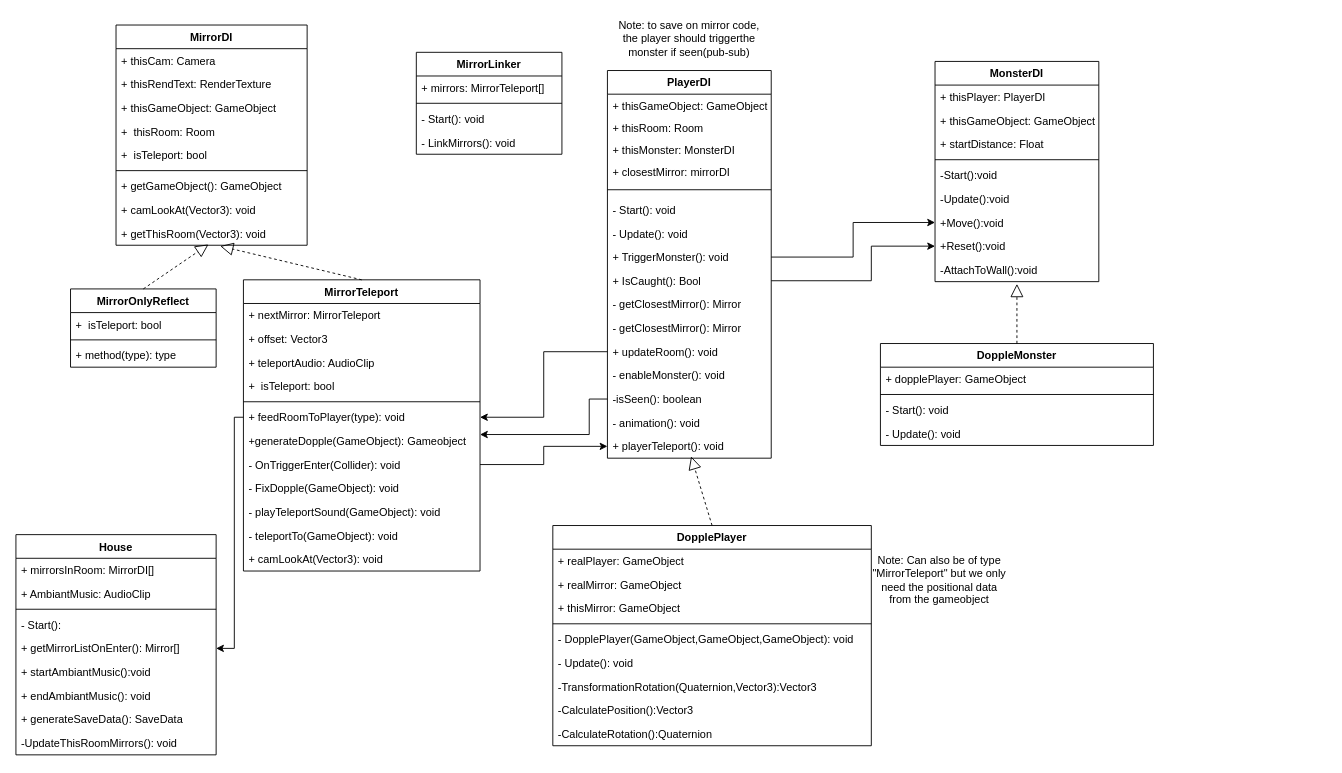
birdboiboi/No_Longer_Human keeps this draw.io diagram as mirrorClasses.drawio. Above is the earlier version. Source tidied: cells renumbered, new cells numbered last; positions are measured from the earlier drawing's top-left corner, leaving out a move shared by most shapes. Both pictures are drawn from the tidied source at 91%, with x=0, y=0 at pixel (15, 15).
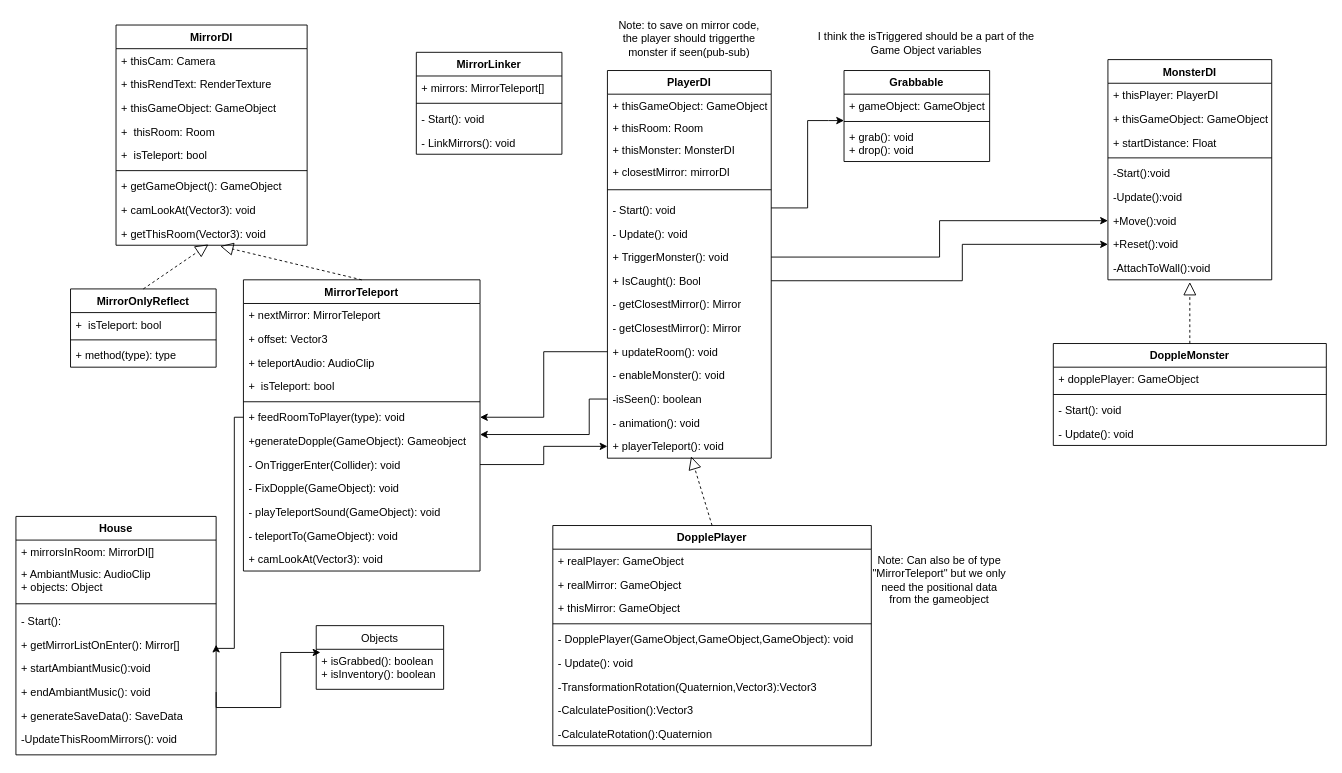
The same page after the edit.

Commit message:
Added Grabbable and Object class in drawio

Unchanged cells that the change refers to:
```xml
<mxCell id="21" value="+ IsCaught(): Bool" style="text;strokeColor=none;fillColor=none;align=left;verticalAlign=top;spacingLeft=4;spacingRight=4;overflow=hidden;points=[[0,0.5],[1,0.5]];portConstraint=eastwest;" parent="12" vertex="1">
  <mxGeometry y="218" width="180" height="26" as="geometry" />
</mxCell>
<mxCell id="66" value="+Reset():void" style="text;strokeColor=none;fillColor=none;align=left;verticalAlign=top;spacingLeft=4;spacingRight=4;overflow=hidden;points=[[0,0.5],[1,0.5]];portConstraint=eastwest;" parent="58" vertex="1">
  <mxGeometry y="190" width="180" height="26" as="geometry" />
</mxCell>
```

Change to the diagram source:
```diff
@@
     <mxCell id="30" value="House" style="swimlane;fontStyle=1;align=center;verticalAlign=top;horizontal=1;startSize=26;" parent="1" vertex="1">
-      <mxGeometry y="570" width="220" height="242" as="geometry" />
+      <mxGeometry y="550" width="220" height="262" as="geometry" />
     </mxCell>
     <mxCell id="31" value="+ mirrorsInRoom: MirrorDI[]" style="text;strokeColor=none;fillColor=none;align=left;verticalAlign=top;spacingLeft=4;spacingRight=4;overflow=hidden;" parent="30" vertex="1">
-      <mxGeometry y="26" width="220" height="26" as="geometry" />
+      <mxGeometry y="26" width="220" height="24" as="geometry" />
     </mxCell>
-    <mxCell id="32" value="+ AmbiantMusic: AudioClip" style="text;strokeColor=none;fillColor=none;align=left;verticalAlign=top;spacingLeft=4;spacingRight=4;overflow=hidden;" parent="30" vertex="1">
-      <mxGeometry y="52" width="220" height="26" as="geometry" />
+    <mxCell id="32" value="+ AmbiantMusic: AudioClip&#10;+ objects: Object" style="text;strokeColor=none;fillColor=none;align=left;verticalAlign=top;spacingLeft=4;spacingRight=4;overflow=hidden;" parent="30" vertex="1">
+      <mxGeometry y="50" width="220" height="40" as="geometry" />
     </mxCell>
     <mxCell id="33" style="line;strokeWidth=1;fillColor=none;align=left;verticalAlign=middle;spacingTop=-1;spacingLeft=3;spacingRight=3;labelPosition=right;" parent="30" vertex="1">
-      <mxGeometry y="78" width="220" height="8" as="geometry" />
+      <mxGeometry y="90" width="220" height="12" as="geometry" />
     </mxCell>
     <mxCell id="34" value="- Start(): " style="text;strokeColor=none;fillColor=none;align=left;verticalAlign=top;spacingLeft=4;spacingRight=4;overflow=hidden;" parent="30" vertex="1">
-      <mxGeometry y="86" width="220" height="26" as="geometry" />
+      <mxGeometry y="102" width="220" height="26" as="geometry" />
     </mxCell>
     <mxCell id="35" value="+ getMirrorListOnEnter(): Mirror[]" style="text;strokeColor=none;fillColor=none;align=left;verticalAlign=top;spacingLeft=4;spacingRight=4;overflow=hidden;points=[[0,0.5],[1,0.5]];portConstraint=eastwest;" parent="30" vertex="1">
-      <mxGeometry y="112" width="220" height="26" as="geometry" />
+      <mxGeometry y="128" width="220" height="26" as="geometry" />
     </mxCell>
     <mxCell id="36" value="+ startAmbiantMusic():void" style="text;strokeColor=none;fillColor=none;align=left;verticalAlign=top;spacingLeft=4;spacingRight=4;overflow=hidden;" parent="30" vertex="1">
-      <mxGeometry y="138" width="220" height="26" as="geometry" />
+      <mxGeometry y="154" width="220" height="26" as="geometry" />
     </mxCell>
     <mxCell id="37" value="+ endAmbiantMusic(): void&#10;" style="text;strokeColor=none;fillColor=none;align=left;verticalAlign=top;spacingLeft=4;spacingRight=4;overflow=hidden;points=[[0,0.5],[1,0.5]];portConstraint=eastwest;" parent="30" vertex="1">
-      <mxGeometry y="164" width="220" height="26" as="geometry" />
+      <mxGeometry y="180" width="220" height="26" as="geometry" />
     </mxCell>
     <mxCell id="38" value="+ generateSaveData(): SaveData&#10;" style="text;strokeColor=none;fillColor=none;align=left;verticalAlign=top;spacingLeft=4;spacingRight=4;overflow=hidden;" parent="30" vertex="1">
-      <mxGeometry y="190" width="220" height="26" as="geometry" />
+      <mxGeometry y="206" width="220" height="26" as="geometry" />
     </mxCell>
     <mxCell id="39" value="-UpdateThisRoomMirrors(): void&#10;" style="text;strokeColor=none;fillColor=none;align=left;verticalAlign=top;spacingLeft=4;spacingRight=4;overflow=hidden;" parent="30" vertex="1">
-      <mxGeometry y="216" width="220" height="26" as="geometry" />
+      <mxGeometry y="232" width="220" height="30" as="geometry" />
     </mxCell>
@@
     <mxCell id="53" value="DoppleMonster" style="swimlane;fontStyle=1;align=center;verticalAlign=top;horizontal=1;startSize=26;" parent="1" vertex="1">
-      <mxGeometry x="950" y="360" width="300" height="112" as="geometry" />
+      <mxGeometry x="1140" y="360" width="300" height="112" as="geometry" />
     </mxCell>
@@
     <mxCell id="58" value="MonsterDI" style="swimlane;fontStyle=1;align=center;verticalAlign=top;horizontal=1;startSize=26;" parent="1" vertex="1">
-      <mxGeometry x="1010" y="50" width="180" height="242" as="geometry" />
+      <mxGeometry x="1200" y="48" width="180" height="242" as="geometry" />
     </mxCell>
@@
     <mxCell id="87" style="edgeStyle=orthogonalEdgeStyle;rounded=0;jettySize=auto;html=1;exitX=1;exitY=0.5;exitDx=0;exitDy=0;entryX=0;entryY=0.5;entryDx=0;entryDy=0;" parent="1" edge="1" source="21" target="66">
       <mxGeometry relative="1" as="geometry">
         <Array as="points">
-          <mxPoint x="940" y="291" />
-          <mxPoint x="940" y="253" />
+          <mxPoint x="1040" y="291" />
+          <mxPoint x="1040" y="251" />
         </Array>
       </mxGeometry>
     </mxCell>
@@
+    <mxCell id="98" value="Grabbable" style="swimlane;fontStyle=1;align=center;verticalAlign=top;horizontal=1;startSize=26;" parent="1" vertex="1">
+      <mxGeometry x="910" y="60" width="160" height="100" as="geometry" />
+    </mxCell>
+    <mxCell id="99" value="+ gameObject: GameObject" style="text;strokeColor=none;fillColor=none;align=left;verticalAlign=top;spacingLeft=4;spacingRight=4;overflow=hidden;" parent="98" vertex="1">
+      <mxGeometry y="26" width="160" height="26" as="geometry" />
+    </mxCell>
+    <mxCell id="100" style="line;strokeWidth=1;fillColor=none;align=left;verticalAlign=middle;spacingTop=-1;spacingLeft=3;spacingRight=3;labelPosition=right;" parent="98" vertex="1">
+      <mxGeometry y="52" width="160" height="8" as="geometry" />
+    </mxCell>
+    <mxCell id="101" value="+ grab(): void&#10;+ drop(): void " style="text;strokeColor=none;fillColor=none;align=left;verticalAlign=top;spacingLeft=4;spacingRight=4;overflow=hidden;" parent="98" vertex="1">
+      <mxGeometry y="60" width="160" height="40" as="geometry" />
+    </mxCell>
+    <mxCell id="102" value="I think the isTriggered should be a part of the&lt;br&gt;Game Object variables" style="text;html=1;align=center;verticalAlign=middle;fillColor=none;strokeColor=none;rounded=0;" parent="1" vertex="1">
+      <mxGeometry x="875" y="15" width="250" height="30" as="geometry" />
+    </mxCell>
+    <mxCell id="103" value="Objects" style="swimlane;fontStyle=0;horizontal=1;startSize=26;fillColor=none;" parent="1" vertex="1">
+      <mxGeometry x="330" y="670" width="140" height="70" as="geometry" />
+    </mxCell>
+    <mxCell id="104" value="+ isGrabbed(): boolean&#10;+ isInventory(): boolean" style="text;strokeColor=none;fillColor=none;align=left;verticalAlign=top;spacingLeft=4;spacingRight=4;overflow=hidden;points=[[0,0.5],[1,0.5]];portConstraint=eastwest;" parent="103" vertex="1">
+      <mxGeometry y="26" width="140" height="44" as="geometry" />
+    </mxCell>
+    <mxCell id="105" style="edgeStyle=orthogonalEdgeStyle;rounded=0;jettySize=auto;html=1;exitX=1;exitY=0.5;exitDx=0;exitDy=0;entryX=0.033;entryY=0.079;entryDx=0;entryDy=0;entryPerimeter=0;" parent="1" edge="1" source="37" target="104">
+      <mxGeometry relative="1" as="geometry">
+        <Array as="points">
+          <mxPoint x="220" y="760" />
+          <mxPoint x="291" y="760" />
+          <mxPoint x="291" y="700" />
+        </Array>
+      </mxGeometry>
+    </mxCell>
+    <mxCell id="106" style="edgeStyle=orthogonalEdgeStyle;rounded=0;orthogonalLoop=1;jettySize=auto;html=1;" parent="1" edge="1">
+      <mxGeometry relative="1" as="geometry">
+        <mxPoint x="830" y="211" as="sourcePoint" />
+        <mxPoint x="910" y="115" as="targetPoint" />
+        <Array as="points">
+          <mxPoint x="870" y="211" />
+          <mxPoint x="870" y="115" />
+          <mxPoint x="893" y="115" />
+        </Array>
+      </mxGeometry>
+    </mxCell>
```
